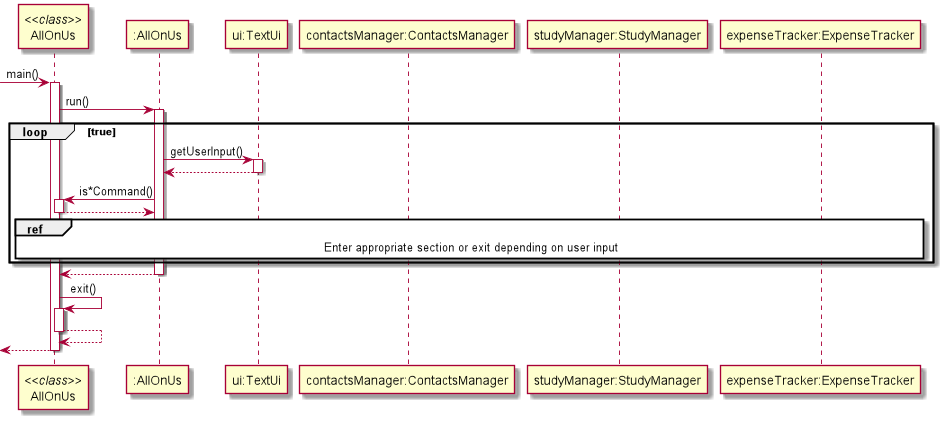
This is docs/images/MenuFeaturesSequenceDiagram.png from nus-cs2113-AY2122S2/tp, a PlantUML export, as it was before one commit.
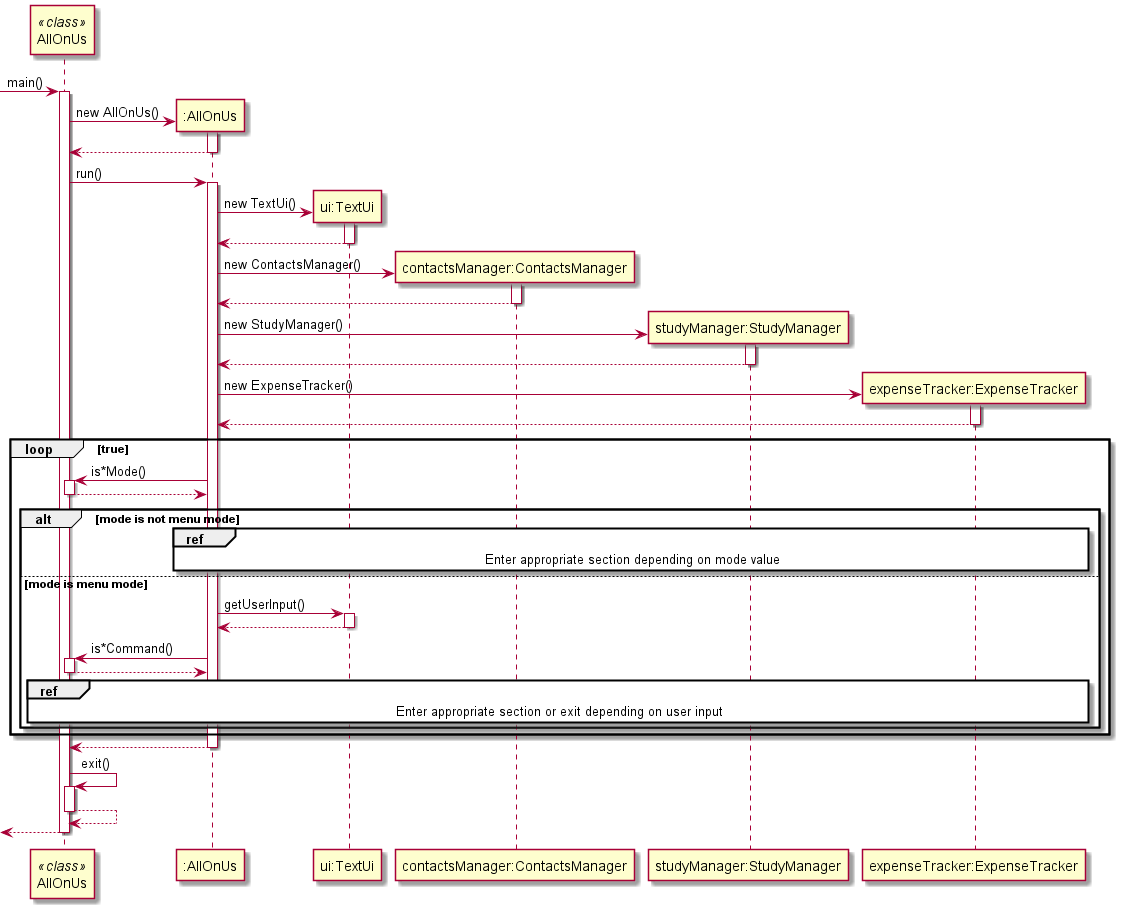
Later version of the same file.

Change to the diagram source:
```diff
@@ -1,6 +1,4 @@
 @startuml
-
-!include Style.puml
 
 participant "AllOnUs" <<class>>
 participant ":AllOnUs"
@@ -11,15 +9,40 @@
 
 
 -> "AllOnUs"++ : main()
+"AllOnUs" -> ":AllOnUs" **: new AllOnUs()
+activate ":AllOnUs"
+":AllOnUs" --> "AllOnUs"--
+
 "AllOnUs" -> ":AllOnUs"++: run()
 
+":AllOnUs" -> "ui:TextUi" **: new TextUi()
+activate "ui:TextUi"
+"ui:TextUi" --> ":AllOnUs"--
+
+":AllOnUs" -> "contactsManager:ContactsManager" **: new ContactsManager()
+activate "contactsManager:ContactsManager"
+"contactsManager:ContactsManager" --> ":AllOnUs"--
+
+":AllOnUs" -> "studyManager:StudyManager" **: new StudyManager()
+activate "studyManager:StudyManager"
+"studyManager:StudyManager" --> ":AllOnUs"--
+
+":AllOnUs" -> "expenseTracker:ExpenseTracker" **: new ExpenseTracker()
+activate "expenseTracker:ExpenseTracker"
+"expenseTracker:ExpenseTracker" --> ":AllOnUs"--
+
 loop true
-    ":AllOnUs" -> "ui:TextUi"++ : getUserInput()
-    "ui:TextUi" --> ":AllOnUs" -- :
-    ":AllOnUs" -> "AllOnUs"++ : is*Command()
+    ":AllOnUs" -> "AllOnUs"++ : is*Mode()
     "AllOnUs" --> ":AllOnUs"--
-    ref over "contactsManager:ContactsManager", "studyManager:StudyManager", "expenseTracker:ExpenseTracker","AllOnUs",":AllOnUs": Enter appropriate section or exit depending on user input
-
+    alt mode is not menu mode
+        ref over "contactsManager:ContactsManager", "studyManager:StudyManager", "expenseTracker:ExpenseTracker",":AllOnUs": Enter appropriate section depending on mode value
+    else mode is menu mode
+        ":AllOnUs" -> "ui:TextUi"++ : getUserInput()
+        "ui:TextUi" --> ":AllOnUs" -- :
+        ":AllOnUs" -> "AllOnUs"++ : is*Command()
+        "AllOnUs" --> ":AllOnUs"--
+        ref over "contactsManager:ContactsManager", "studyManager:StudyManager", "expenseTracker:ExpenseTracker","AllOnUs",":AllOnUs": Enter appropriate section or exit depending on user input
+    end
 end
 ":AllOnUs" --> "AllOnUs"--
 "AllOnUs" -> "AllOnUs"++ : exit()
```
